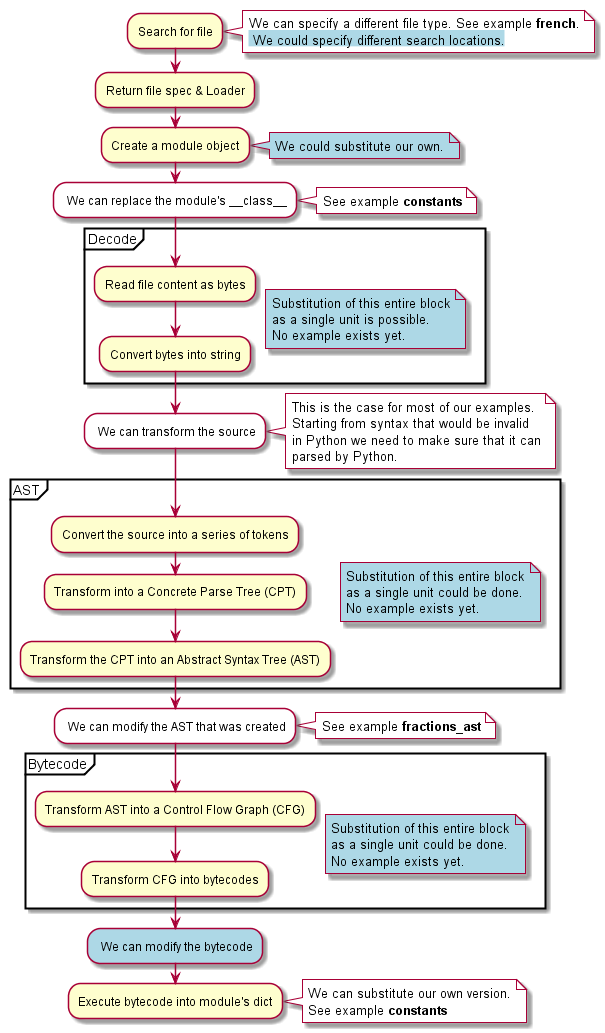
Above: docs/source/_static/import_hook3.png in aroberge/ideas (PlantUML), before the change.
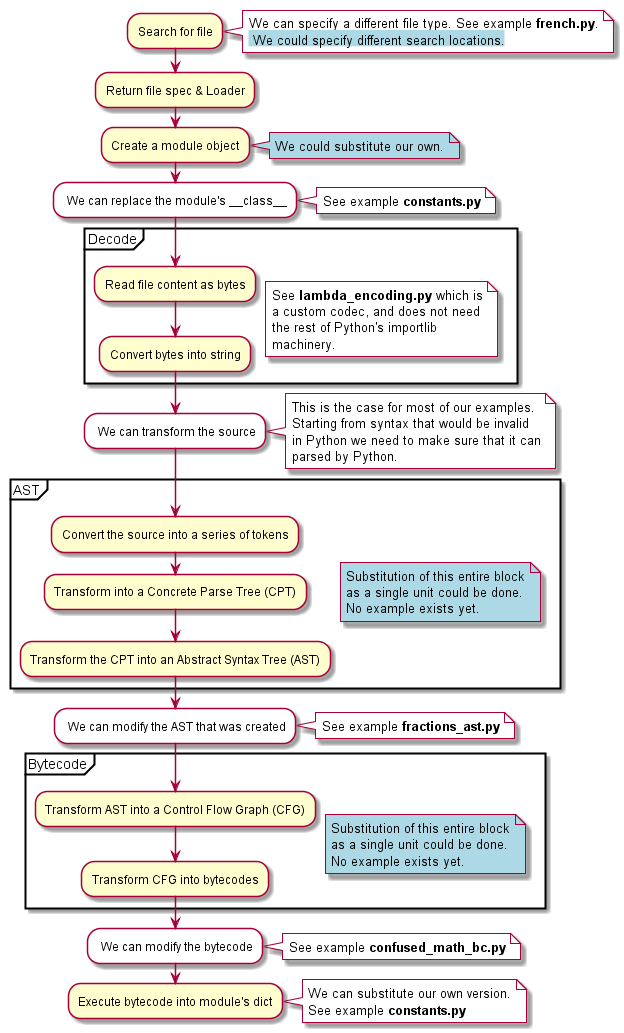
After the commit.

Diff of the diagram source:
```diff
@@ -1,7 +1,7 @@
 @startuml
     :Search for file;
     note right #White
-        We can specify a different file type. See example **french**.
+        We can specify a different file type. See example **french.py**.
         <back:lightblue> We could specify different search locations.</back>
     end note
     :Return file spec & Loader;
@@ -10,12 +10,13 @@
         We could substitute our own.
     end note
     #White: We can replace the module's ~__class__;
-    note right #White: See example **constants**
+    note right #White: See example **constants.py**
     partition Decode {
-        note right #LightBlue
-           Substitution of this entire block
-           as a single unit is possible.
-           No example exists yet.
+        note right #White
+           See **lambda_encoding.py** which is
+           a custom codec, and does not need
+           the rest of Python's importlib
+           machinery.
         end note
         :Read file content as bytes;
         :Convert bytes into string;
@@ -38,7 +39,7 @@
         :Transform the CPT into an Abstract Syntax Tree (AST);
     }
     #White: We can modify the AST that was created;
-    note right #White: See example **fractions_ast**
+    note right #White: See example **fractions_ast.py**
     partition Bytecode {
         note right #LightBlue
            Substitution of this entire block
@@ -48,10 +49,11 @@
         :Transform AST into a Control Flow Graph (CFG);
         :Transform CFG into bytecodes;
     }
-    #LightBlue: We can modify the bytecode;
+    #White: We can modify the bytecode;
+    note right #White: See example **confused_math_bc.py**
     :Execute bytecode into module's dict;
     note right #White
        We can substitute our own version.
-       See example **constants**
+       See example **constants.py**
     end note
 @enduml
```
